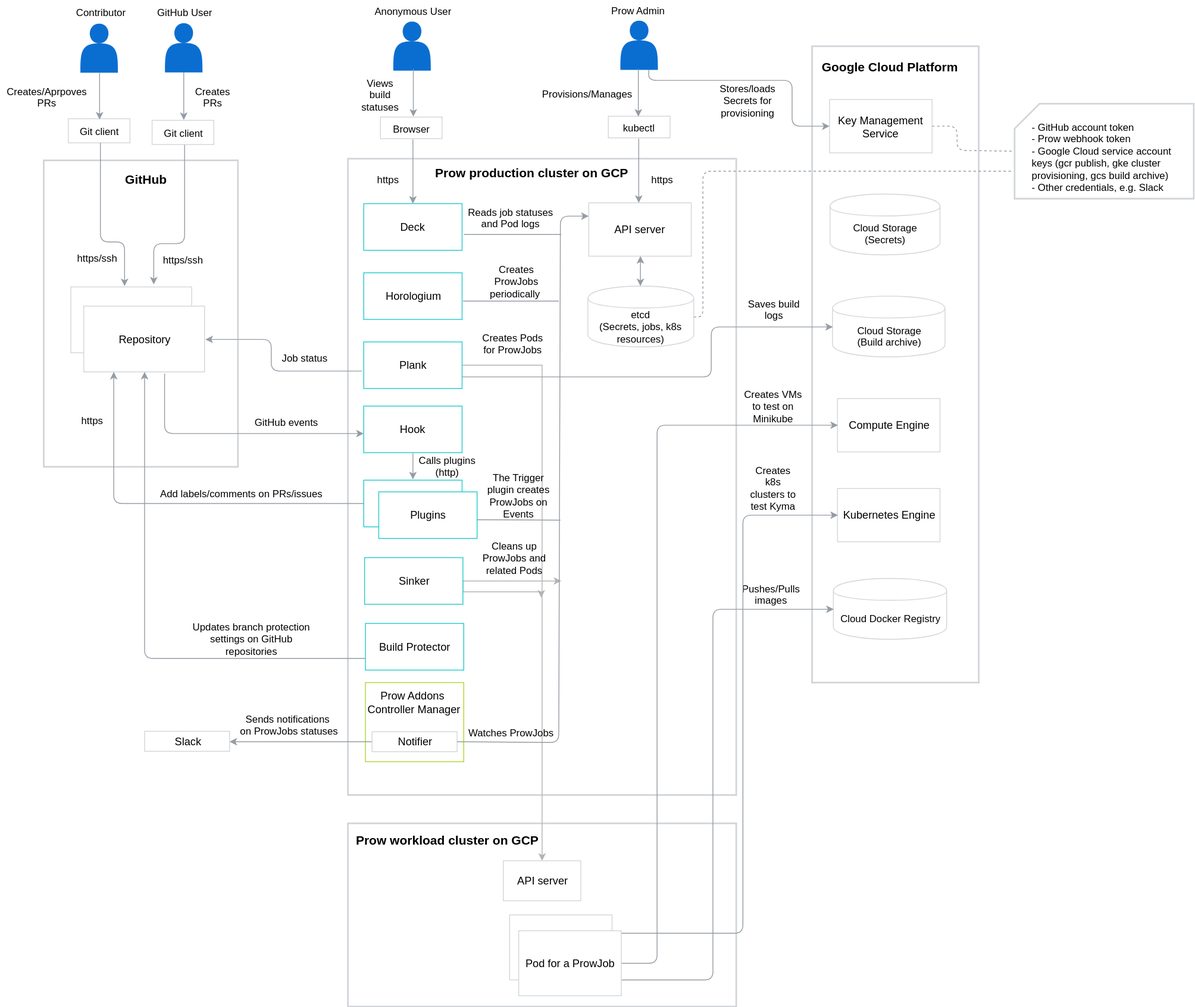
kyma-project/test-infra keeps this draw.io diagram as docs/prow/assets/prow-architecture.svg. Above is the earlier version. Source tidied: cells renumbered, new cells last; positions are measured from the earlier drawing's top-left corner, leaving out a move shared by most shapes.
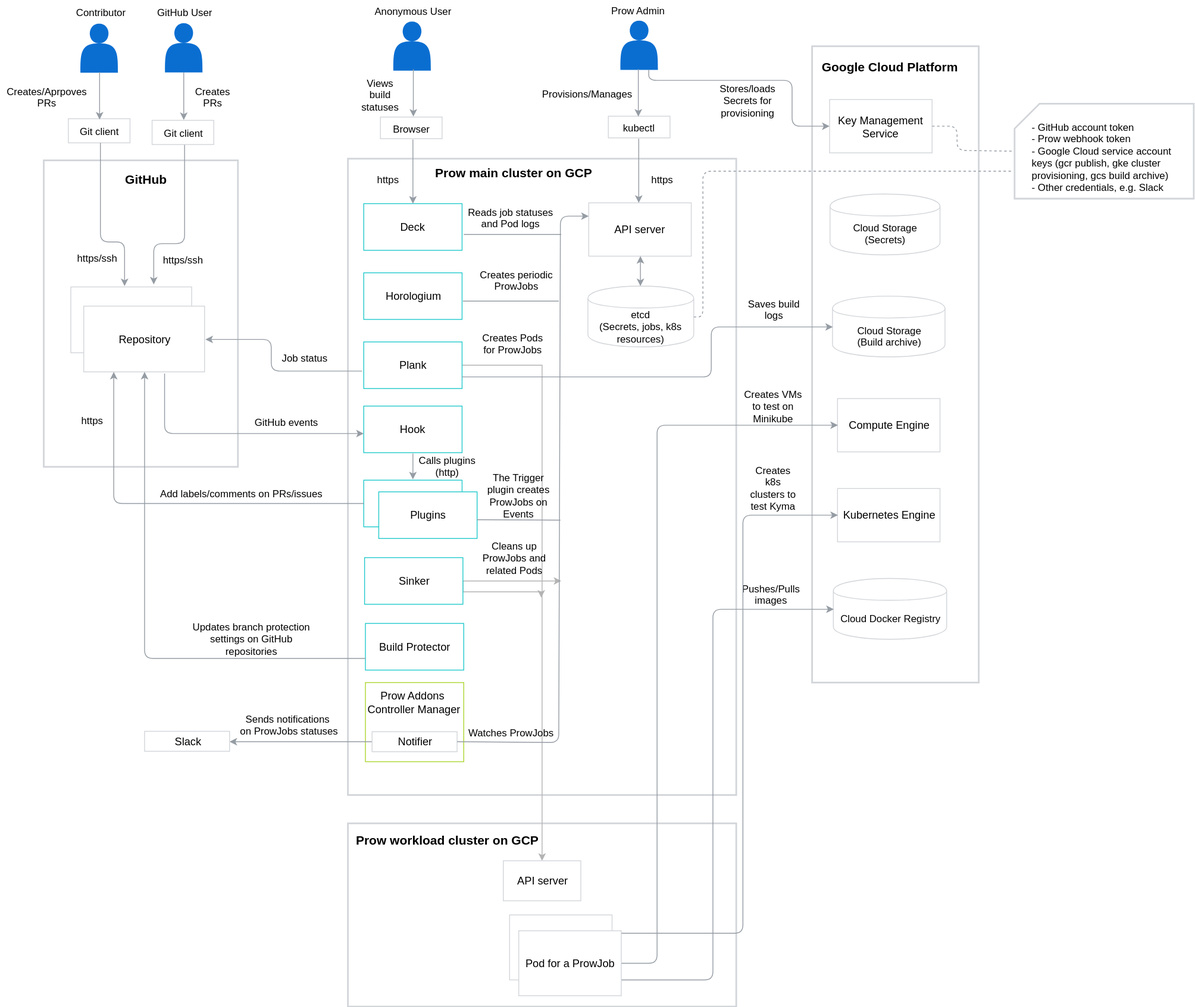
After the commit.

The edit, as a diff of the source:
```diff
@@ -118,7 +118,7 @@
     <mxCell id="29" value="etcd&lt;br&gt;(Secrets, jobs, k8s resources)&lt;br&gt;" style="shape=cylinder;whiteSpace=wrap;html=1;boundedLbl=1;backgroundOutline=1;strokeColor=#D2D5D9;strokeWidth=1;" parent="1" vertex="1">
       <mxGeometry x="705" y="342" width="127" height="73" as="geometry" />
     </mxCell>
-    <mxCell id="30" value="&lt;b&gt;&lt;font style=&quot;font-size: 15px&quot;&gt;Prow production cluster on GCP&lt;/font&gt;&lt;/b&gt;" style="text;html=1;" parent="1" vertex="1">
+    <mxCell id="30" value="&lt;b&gt;&lt;font style=&quot;font-size: 15px&quot;&gt;Prow main cluster on GCP&lt;/font&gt;&lt;/b&gt;" style="text;html=1;" parent="1" vertex="1">
       <mxGeometry x="519.5" y="191" width="176" height="28" as="geometry" />
     </mxCell>
     <mxCell id="31" value="Browser" style="rounded=0;whiteSpace=wrap;html=1;strokeColor=#D2D5D9;strokeWidth=1;" parent="1" vertex="1">
@@ -233,7 +233,7 @@
     <mxCell id="56" value="Creates Pods for ProwJobs" style="text;html=1;strokeColor=none;fillColor=none;align=center;verticalAlign=middle;whiteSpace=wrap;rounded=0;" parent="1" vertex="1">
       <mxGeometry x="569" y="396" width="92" height="29" as="geometry" />
     </mxCell>
-    <mxCell id="57" value="Creates ProwJobs periodically&amp;nbsp;" style="text;html=1;strokeColor=none;fillColor=none;align=center;verticalAlign=middle;whiteSpace=wrap;rounded=0;" parent="1" vertex="1">
+    <mxCell id="57" value="Creates periodic ProwJobs" style="text;html=1;strokeColor=none;fillColor=none;align=center;verticalAlign=middle;whiteSpace=wrap;rounded=0;" parent="1" vertex="1">
       <mxGeometry x="572" y="317" width="95" height="35" as="geometry" />
     </mxCell>
     <mxCell id="58" value="Reads job statuses and Pod logs" style="text;html=1;strokeColor=none;fillColor=none;align=center;verticalAlign=middle;whiteSpace=wrap;rounded=0;" parent="1" vertex="1">
```
